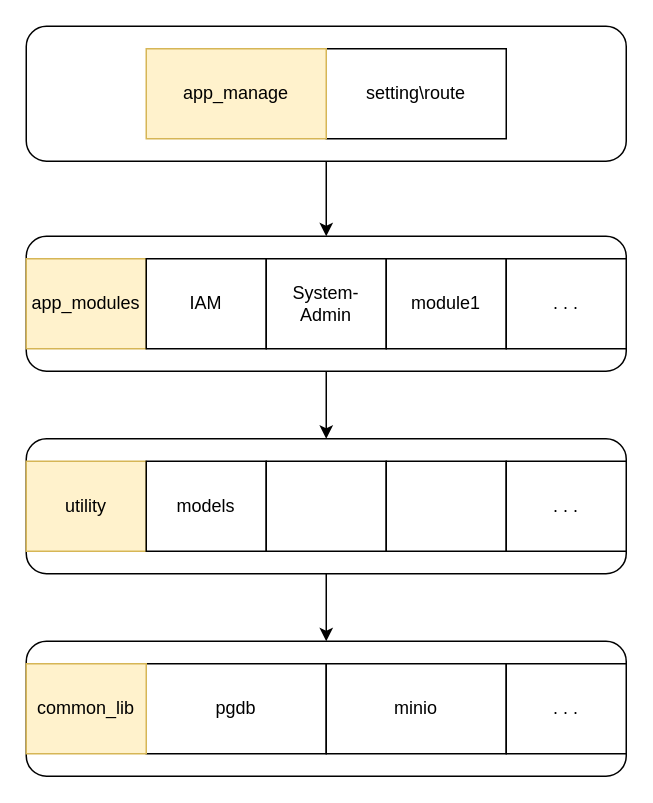
Before: application_architecture.drawio in AdenLin1993/Define_and_import_standard_platform-SaaS, a draw.io diagram. Source tidied: cells renumbered, new cells numbered last; positions are measured from the earlier drawing's top-left corner, leaving out a move shared by most shapes. Both pictures are drawn from the tidied source at 150%, with x=0, y=0 at pixel (26, 26).
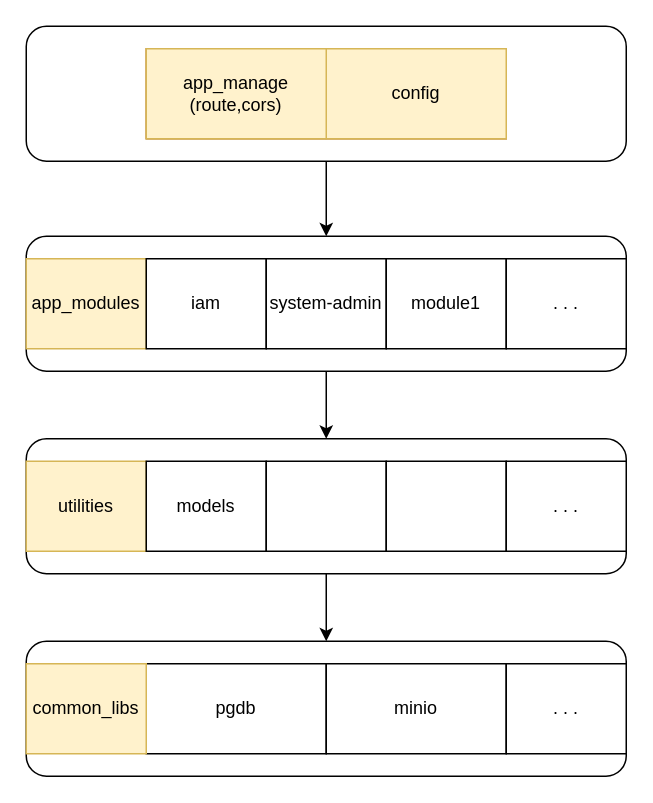
The same diagram, later.

The change refers to these unchanged cells:
```xml
<mxCell id="7" style="group;" parent="1" vertex="1">
  <mxGeometry y="155" width="400" height="75" as="geometry" />
</mxCell>
<mxCell id="15" style="group;" parent="1" vertex="1">
  <mxGeometry y="275" width="400" height="90" as="geometry" />
</mxCell>
```

The edit, as a diff of the source:
```diff
@@
-    <mxCell id="4" style="group;" parent="1" vertex="1">
+    <mxCell id="4" style="group;fillColor=#fad7ac;strokeColor=#b46504;" parent="1" vertex="1">
       <mxGeometry x="80" y="15" width="240" height="60" as="geometry" />
     </mxCell>
-    <mxCell id="5" value="setting\route" style="rounded=0;whiteSpace=wrap;html=1;" parent="4" vertex="1">
+    <mxCell id="5" value="config" style="rounded=0;whiteSpace=wrap;html=1;fillColor=#fff2cc;strokeColor=#d6b656;" parent="4" vertex="1">
       <mxGeometry x="120" width="120" height="60" as="geometry" />
     </mxCell>
-    <mxCell id="6" value="app_manage" style="rounded=0;whiteSpace=wrap;html=1;fillColor=#fff2cc;strokeColor=#d6b656;" parent="4" vertex="1">
+    <mxCell id="6" value="app_manage&lt;br&gt;(route,cors)" style="rounded=0;whiteSpace=wrap;html=1;fillColor=#fff2cc;strokeColor=#d6b656;" parent="4" vertex="1">
       <mxGeometry width="120" height="60" as="geometry" />
     </mxCell>
@@
-    <mxCell id="10" value="IAM" style="rounded=0;whiteSpace=wrap;html=1;" parent="7" vertex="1">
+    <mxCell id="10" value="iam" style="rounded=0;whiteSpace=wrap;html=1;" parent="7" vertex="1">
       <mxGeometry x="80" width="80" height="60" as="geometry" />
     </mxCell>
-    <mxCell id="11" value="System-Admin" style="rounded=0;whiteSpace=wrap;html=1;" parent="7" vertex="1">
+    <mxCell id="11" value="system-admin" style="rounded=0;whiteSpace=wrap;html=1;" parent="7" vertex="1">
       <mxGeometry x="160" width="80" height="60" as="geometry" />
     </mxCell>
@@
-    <mxCell id="17" value="utility" style="rounded=0;whiteSpace=wrap;html=1;fillColor=#fff2cc;strokeColor=#d6b656;" parent="15" vertex="1">
+    <mxCell id="17" value="utilities" style="rounded=0;whiteSpace=wrap;html=1;fillColor=#fff2cc;strokeColor=#d6b656;" parent="15" vertex="1">
       <mxGeometry y="15" width="80" height="60" as="geometry" />
     </mxCell>
@@
-    <mxCell id="27" value="common_lib" style="rounded=0;whiteSpace=wrap;html=1;align=center;fillColor=#fff2cc;strokeColor=#d6b656;" parent="1" vertex="1">
+    <mxCell id="27" value="common_libs" style="rounded=0;whiteSpace=wrap;html=1;align=center;fillColor=#fff2cc;strokeColor=#d6b656;" parent="1" vertex="1">
       <mxGeometry y="425" width="80" height="60" as="geometry" />
     </mxCell>
```
